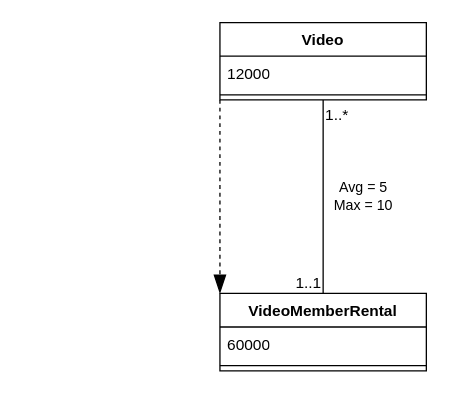
This is page "Page-3" (3 of 7) of analysis_form.drawio from jilv220/UMLs, a draw.io file, before an edit. Source tidied: cells renumbered, new cells numbered last; positions are measured from the earlier drawing's top-left corner, leaving out a move shared by most shapes. Both pictures are drawn from the tidied source at 129%, with x=0, y=0 at pixel (219, 22).
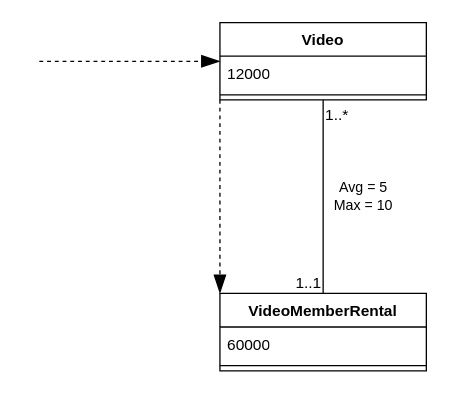
The same diagram, later.

The edit, as a diff of the source:
```diff
@@
 <mxGraphModel>
   <root>
     <mxCell id="0" />
     <mxCell id="1" parent="0" />
     <mxCell id="2" style="endArrow=none;html=1;rounded=0;entryX=0.5;entryY=0;entryDx=0;entryDy=0;edgeStyle=orthogonalEdgeStyle;exitX=0.5;exitY=1;exitDx=0;exitDy=0;" parent="1" edge="1" source="6" target="9">
       <mxGeometry relative="1" as="geometry" />
     </mxCell>
     <mxCell id="3" value="1..*" style="html=1;whiteSpace=wrap;align=left;verticalAlign=bottom;" parent="2" vertex="1">
       <mxGeometry x="-1" relative="1" as="geometry">
         <mxPoint y="20" as="offset" />
       </mxGeometry>
     </mxCell>
     <mxCell id="4" value="1..1" style="html=1;whiteSpace=wrap;align=right;verticalAlign=bottom;" parent="2" vertex="1">
       <mxGeometry x="1" relative="1" as="geometry" />
     </mxCell>
     <mxCell id="5" value="&lt;div&gt;Avg = 5&lt;br&gt;&lt;/div&gt;&lt;div&gt;Max = 10&lt;br&gt;&lt;/div&gt;" style="edgeLabel;html=1;align=center;verticalAlign=middle;" parent="2" vertex="1">
       <mxGeometry x="-0.01" y="-1" relative="1" as="geometry">
         <mxPoint x="31" as="offset" />
       </mxGeometry>
     </mxCell>
     <mxCell id="6" value="Video" style="swimlane;fontStyle=1;align=center;verticalAlign=top;horizontal=1;startSize=26;whiteSpace=wrap;html=1;" parent="1" vertex="1">
       <mxGeometry width="160" height="60" as="geometry" />
     </mxCell>
     <mxCell id="7" value="12000" style="text;strokeColor=none;fillColor=none;align=left;verticalAlign=top;spacingLeft=4;spacingRight=4;overflow=hidden;whiteSpace=wrap;html=1;" parent="6" vertex="1">
       <mxGeometry y="26" width="160" height="26" as="geometry" />
     </mxCell>
     <mxCell id="8" style="line;strokeWidth=1;fillColor=none;align=left;verticalAlign=middle;spacingTop=-1;spacingLeft=3;spacingRight=3;labelPosition=right;strokeColor=inherit;" parent="6" vertex="1">
       <mxGeometry y="52" width="160" height="8" as="geometry" />
     </mxCell>
     <mxCell id="9" value="VideoMemberRental" style="swimlane;fontStyle=1;align=center;verticalAlign=top;horizontal=1;startSize=26;whiteSpace=wrap;html=1;" parent="1" vertex="1">
       <mxGeometry y="210" width="160" height="60" as="geometry" />
     </mxCell>
     <mxCell id="10" value="60000" style="text;strokeColor=none;fillColor=none;align=left;verticalAlign=top;spacingLeft=4;spacingRight=4;overflow=hidden;whiteSpace=wrap;html=1;" parent="9" vertex="1">
       <mxGeometry y="26" width="160" height="26" as="geometry" />
     </mxCell>
     <mxCell id="11" style="line;strokeWidth=1;fillColor=none;align=left;verticalAlign=middle;spacingTop=-1;spacingLeft=3;spacingRight=3;labelPosition=right;strokeColor=inherit;" parent="9" vertex="1">
       <mxGeometry y="52" width="160" height="8" as="geometry" />
     </mxCell>
     <mxCell id="12" style="endArrow=blockThin;dashed=1;endFill=1;endSize=12;html=1;rounded=0;exitX=0;exitY=1;exitDx=0;exitDy=0;entryX=0;entryY=0;entryDx=0;entryDy=0;" parent="1" edge="1" source="6" target="9">
       <mxGeometry relative="1" as="geometry" />
     </mxCell>
+    <mxCell id="13" style="endArrow=blockThin;dashed=1;endFill=1;endSize=12;html=1;rounded=0;entryX=0;entryY=0.5;entryDx=0;entryDy=0;" parent="1" edge="1" target="6">
+      <mxGeometry relative="1" as="geometry">
+        <mxPoint x="-140" y="30" as="sourcePoint" />
+      </mxGeometry>
+    </mxCell>
   </root>
 </mxGraphModel>
```
